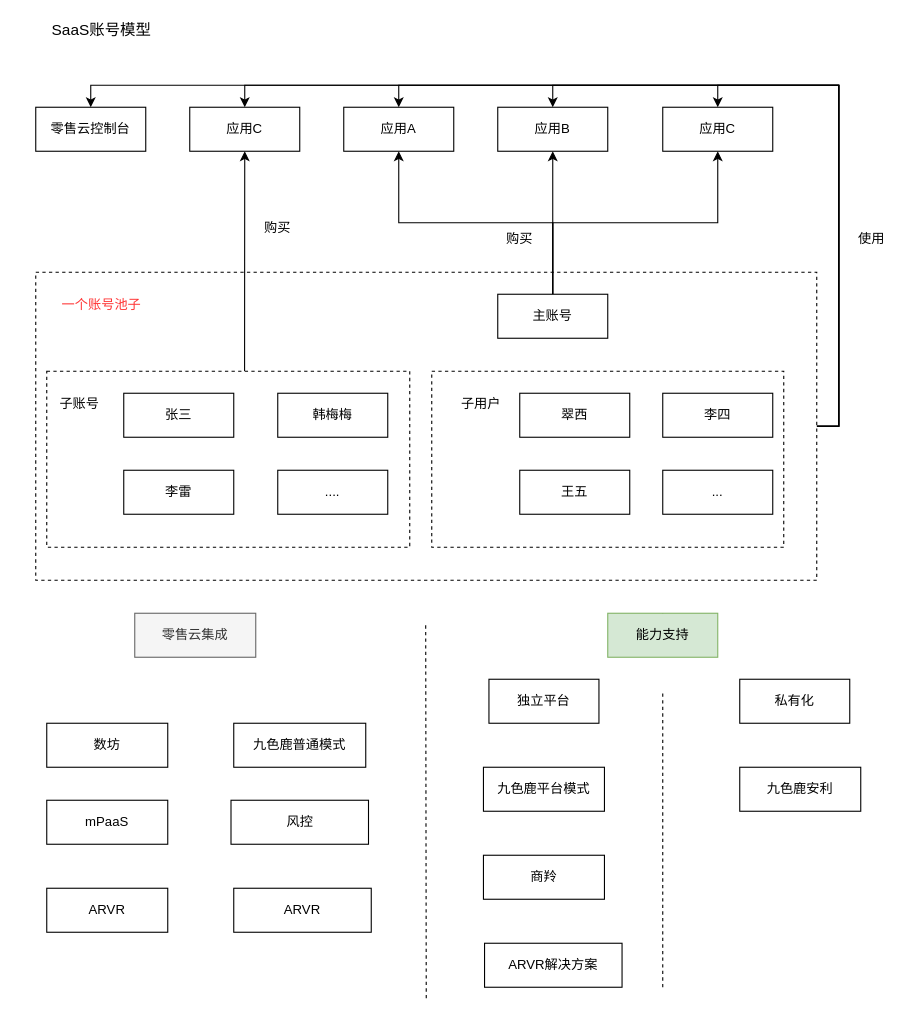
This is page "第 1 页" (1 of 2) of account-model.drawio from greenabyss/image, a draw.io file, before an edit. Source tidied: cells renumbered, new cells numbered last; positions are measured from the earlier drawing's top-left corner, leaving out a move shared by most shapes. Both pictures are drawn from the tidied source at 110%, with x=0, y=0 at pixel (19, 19).
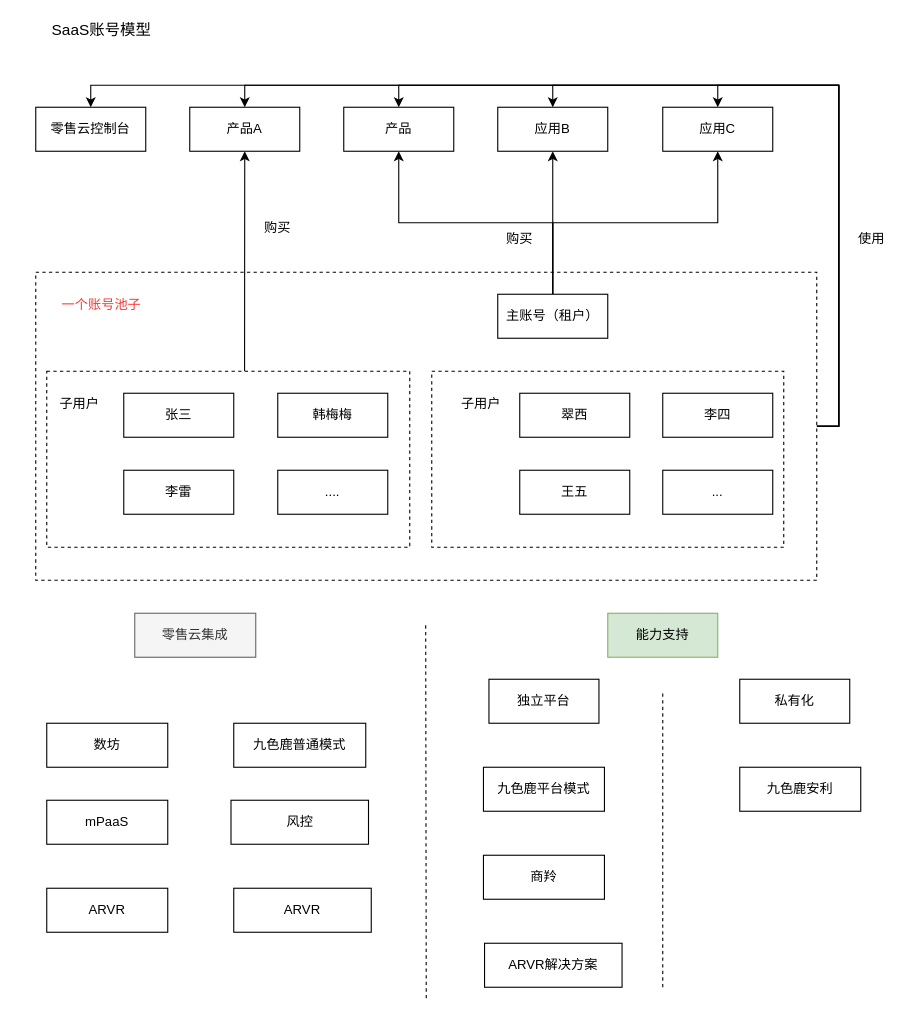
The same page after the edit.

What changed in the source:
```diff
@@
-    <mxCell id="13" value="主账号" style="rounded=0;whiteSpace=wrap;html=1;" parent="1" vertex="1">
+    <mxCell id="13" value="主账号（租户）" style="rounded=0;whiteSpace=wrap;html=1;" parent="1" vertex="1">
       <mxGeometry x="435" y="250" width="100" height="40" as="geometry" />
     </mxCell>
@@
-    <mxCell id="22" value="子账号" style="text;html=1;strokeColor=none;fillColor=none;align=center;verticalAlign=middle;whiteSpace=wrap;rounded=0;dashed=1;" parent="1" vertex="1">
+    <mxCell id="22" value="子用户" style="text;html=1;strokeColor=none;fillColor=none;align=center;verticalAlign=middle;whiteSpace=wrap;rounded=0;dashed=1;" parent="1" vertex="1">
       <mxGeometry x="35" y="340" width="40" height="20" as="geometry" />
     </mxCell>
@@
-    <mxCell id="26" value="应用A" style="rounded=0;whiteSpace=wrap;html=1;" parent="1" vertex="1">
+    <mxCell id="26" value="产品" style="rounded=0;whiteSpace=wrap;html=1;" parent="1" vertex="1">
       <mxGeometry x="295" y="80" width="100" height="40" as="geometry" />
     </mxCell>
@@
-    <mxCell id="30" value="应用C" style="rounded=0;whiteSpace=wrap;html=1;" parent="1" vertex="1">
+    <mxCell id="30" value="产品A" style="rounded=0;whiteSpace=wrap;html=1;" parent="1" vertex="1">
       <mxGeometry x="155" y="80" width="100" height="40" as="geometry" />
     </mxCell>
```
